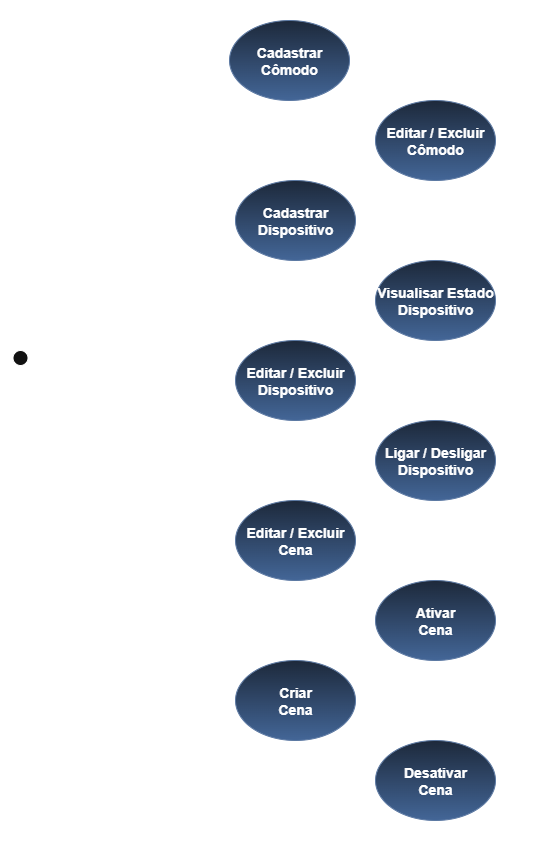
Above: imagens/diagrama_CasosDeUso.png in rafaelmartins-dev/IFPI-ProjetoDiagnostico_Domotica (draw.io), before the change. Source tidied: cells renumbered, new cells last; positions are measured from the earlier drawing's top-left corner, leaving out a move shared by most shapes. The source it was exported from:
```xml
<mxGraphModel>
  <root>
    <mxCell id="0" />
    <mxCell id="1" parent="0" />
    <mxCell id="2" style="rounded=1;whiteSpace=wrap;html=1;fillColor=none;" parent="1" vertex="1">
      <mxGeometry x="80" width="470" height="860" as="geometry" />
    </mxCell>
    <mxCell id="3" style="edgeStyle=orthogonalEdgeStyle;rounded=0;jettySize=auto;html=1;entryX=0;entryY=0.5;entryDx=0;entryDy=0;endArrow=none;endFill=0;" parent="1" edge="1" source="13" target="14">
      <mxGeometry relative="1" as="geometry">
        <Array as="points">
          <mxPoint x="130" y="380" />
          <mxPoint x="130" y="60" />
        </Array>
      </mxGeometry>
    </mxCell>
    <mxCell id="4" style="edgeStyle=orthogonalEdgeStyle;rounded=0;jettySize=auto;html=1;entryX=0;entryY=0.5;entryDx=0;entryDy=0;endArrow=none;endFill=0;" parent="1" edge="1" source="13" target="16">
      <mxGeometry relative="1" as="geometry" />
    </mxCell>
    <mxCell id="5" style="edgeStyle=orthogonalEdgeStyle;rounded=0;jettySize=auto;html=1;entryX=0;entryY=0.5;entryDx=0;entryDy=0;endArrow=none;endFill=0;" parent="1" edge="1" source="13" target="17">
      <mxGeometry relative="1" as="geometry" />
    </mxCell>
    <mxCell id="6" style="edgeStyle=orthogonalEdgeStyle;rounded=0;jettySize=auto;html=1;entryX=0;entryY=0.5;entryDx=0;entryDy=0;endArrow=none;endFill=0;" parent="1" edge="1" source="13" target="19">
      <mxGeometry relative="1" as="geometry" />
    </mxCell>
    <mxCell id="7" style="edgeStyle=orthogonalEdgeStyle;rounded=0;jettySize=auto;html=1;entryX=0;entryY=0.5;entryDx=0;entryDy=0;endArrow=none;endFill=0;" parent="1" edge="1" source="13" target="22">
      <mxGeometry relative="1" as="geometry">
        <Array as="points">
          <mxPoint x="130" y="380" />
          <mxPoint x="130" y="780" />
        </Array>
      </mxGeometry>
    </mxCell>
    <mxCell id="8" style="edgeStyle=orthogonalEdgeStyle;rounded=0;jettySize=auto;html=1;entryX=0;entryY=0.5;entryDx=0;entryDy=0;endArrow=none;endFill=0;" parent="1" edge="1" source="13" target="15">
      <mxGeometry relative="1" as="geometry">
        <Array as="points">
          <mxPoint x="130" y="380" />
          <mxPoint x="130" y="140" />
        </Array>
      </mxGeometry>
    </mxCell>
    <mxCell id="9" style="edgeStyle=orthogonalEdgeStyle;rounded=0;jettySize=auto;html=1;entryX=0;entryY=0.5;entryDx=0;entryDy=0;endArrow=none;endFill=0;" parent="1" edge="1" source="13" target="18">
      <mxGeometry relative="1" as="geometry">
        <Array as="points">
          <mxPoint x="130" y="380" />
          <mxPoint x="130" y="300" />
        </Array>
      </mxGeometry>
    </mxCell>
    <mxCell id="10" style="edgeStyle=orthogonalEdgeStyle;rounded=0;jettySize=auto;html=1;entryX=0;entryY=0.5;entryDx=0;entryDy=0;endArrow=none;endFill=0;" parent="1" edge="1" source="13" target="21">
      <mxGeometry relative="1" as="geometry">
        <Array as="points">
          <mxPoint x="130" y="380" />
          <mxPoint x="130" y="540" />
        </Array>
      </mxGeometry>
    </mxCell>
    <mxCell id="11" style="edgeStyle=orthogonalEdgeStyle;rounded=0;jettySize=auto;html=1;entryX=0;entryY=0.5;entryDx=0;entryDy=0;endArrow=none;endFill=0;" parent="1" edge="1" source="13" target="20">
      <mxGeometry relative="1" as="geometry">
        <Array as="points">
          <mxPoint x="130" y="380" />
          <mxPoint x="130" y="620" />
        </Array>
      </mxGeometry>
    </mxCell>
    <mxCell id="12" style="edgeStyle=orthogonalEdgeStyle;rounded=0;jettySize=auto;html=1;entryX=0;entryY=0.5;entryDx=0;entryDy=0;endArrow=none;endFill=0;" parent="1" edge="1" source="13" target="23">
      <mxGeometry relative="1" as="geometry">
        <Array as="points">
          <mxPoint x="130" y="380" />
          <mxPoint x="130" y="460" />
        </Array>
      </mxGeometry>
    </mxCell>
    <mxCell id="13" value="Usuário" style="shape=umlActor;verticalLabelPosition=bottom;verticalAlign=top;html=1;outlineConnect=0;" parent="1" vertex="1">
      <mxGeometry y="350" width="30" height="60" as="geometry" />
    </mxCell>
    <mxCell id="14" value="&lt;b&gt;&lt;font style=&quot;font-size: 14px;&quot;&gt;Cadastrar&lt;/font&gt;&lt;/b&gt;&lt;div&gt;&lt;b&gt;&lt;font style=&quot;font-size: 14px;&quot;&gt;Cômodo&lt;/font&gt;&lt;/b&gt;&lt;/div&gt;" style="ellipse;whiteSpace=wrap;html=1;fillColor=#dae8fc;strokeColor=#6c8ebf;gradientColor=#7ea6e0;" parent="1" vertex="1">
      <mxGeometry x="224" y="20" width="120" height="80" as="geometry" />
    </mxCell>
    <mxCell id="15" value="&lt;b&gt;&lt;font style=&quot;font-size: 14px;&quot;&gt;Editar / Excluir&lt;/font&gt;&lt;/b&gt;&lt;div&gt;&lt;b&gt;&lt;font style=&quot;font-size: 14px;&quot;&gt;Cômodo&lt;/font&gt;&lt;/b&gt;&lt;/div&gt;" style="ellipse;whiteSpace=wrap;html=1;fillColor=#dae8fc;strokeColor=#6c8ebf;gradientColor=#7ea6e0;" parent="1" vertex="1">
      <mxGeometry x="370" y="100" width="120" height="80" as="geometry" />
    </mxCell>
    <mxCell id="16" value="&lt;b&gt;&lt;font style=&quot;font-size: 14px;&quot;&gt;Cadastrar&lt;/font&gt;&lt;/b&gt;&lt;div&gt;&lt;b&gt;&lt;font style=&quot;font-size: 14px;&quot;&gt;Dispositivo&lt;/font&gt;&lt;/b&gt;&lt;/div&gt;" style="ellipse;whiteSpace=wrap;html=1;fillColor=#dae8fc;strokeColor=#6c8ebf;gradientColor=#7ea6e0;" parent="1" vertex="1">
      <mxGeometry x="230" y="180" width="120" height="80" as="geometry" />
    </mxCell>
    <mxCell id="17" value="&lt;b&gt;&lt;font style=&quot;font-size: 14px;&quot;&gt;Editar / Excluir&lt;/font&gt;&lt;/b&gt;&lt;div&gt;&lt;b&gt;&lt;font style=&quot;font-size: 14px;&quot;&gt;Dispositivo&lt;/font&gt;&lt;/b&gt;&lt;/div&gt;" style="ellipse;whiteSpace=wrap;html=1;fillColor=#dae8fc;strokeColor=#6c8ebf;gradientColor=#7ea6e0;" parent="1" vertex="1">
      <mxGeometry x="230" y="340" width="120" height="80" as="geometry" />
    </mxCell>
    <mxCell id="18" value="&lt;div&gt;&lt;b&gt;&lt;font style=&quot;font-size: 14px;&quot;&gt;Visualisar Estado Dispositivo&lt;/font&gt;&lt;/b&gt;&lt;/div&gt;" style="ellipse;whiteSpace=wrap;html=1;fillColor=#dae8fc;strokeColor=#6c8ebf;gradientColor=#7ea6e0;" parent="1" vertex="1">
      <mxGeometry x="370" y="260" width="120" height="80" as="geometry" />
    </mxCell>
    <mxCell id="19" value="&lt;b&gt;&lt;font style=&quot;font-size: 14px;&quot;&gt;Criar&lt;/font&gt;&lt;/b&gt;&lt;div&gt;&lt;b&gt;&lt;font style=&quot;font-size: 14px;&quot;&gt;Cena&lt;/font&gt;&lt;/b&gt;&lt;/div&gt;" style="ellipse;whiteSpace=wrap;html=1;fillColor=#dae8fc;strokeColor=#6c8ebf;gradientColor=#7ea6e0;" parent="1" vertex="1">
      <mxGeometry x="230" y="660" width="120" height="80" as="geometry" />
    </mxCell>
    <mxCell id="20" value="&lt;b&gt;&lt;font style=&quot;font-size: 14px;&quot;&gt;Ativar&lt;/font&gt;&lt;/b&gt;&lt;div&gt;&lt;b&gt;&lt;font style=&quot;font-size: 14px;&quot;&gt;Cena&lt;/font&gt;&lt;/b&gt;&lt;/div&gt;" style="ellipse;whiteSpace=wrap;html=1;fillColor=#dae8fc;strokeColor=#6c8ebf;gradientColor=#7ea6e0;" parent="1" vertex="1">
      <mxGeometry x="370" y="580" width="120" height="80" as="geometry" />
    </mxCell>
    <mxCell id="21" value="&lt;b&gt;&lt;font style=&quot;font-size: 14px;&quot;&gt;Editar / Excluir&lt;/font&gt;&lt;/b&gt;&lt;div&gt;&lt;b&gt;&lt;font style=&quot;font-size: 14px;&quot;&gt;Cena&lt;/font&gt;&lt;/b&gt;&lt;/div&gt;" style="ellipse;whiteSpace=wrap;html=1;fillColor=#dae8fc;strokeColor=#6c8ebf;gradientColor=#7ea6e0;" parent="1" vertex="1">
      <mxGeometry x="230" y="500" width="120" height="80" as="geometry" />
    </mxCell>
    <mxCell id="22" value="&lt;b&gt;&lt;font style=&quot;font-size: 14px;&quot;&gt;Desativar&lt;/font&gt;&lt;/b&gt;&lt;div&gt;&lt;b&gt;&lt;font style=&quot;font-size: 14px;&quot;&gt;Cena&lt;/font&gt;&lt;/b&gt;&lt;/div&gt;" style="ellipse;whiteSpace=wrap;html=1;fillColor=#dae8fc;strokeColor=#6c8ebf;gradientColor=#7ea6e0;" parent="1" vertex="1">
      <mxGeometry x="370" y="740" width="120" height="80" as="geometry" />
    </mxCell>
    <mxCell id="23" value="&lt;b&gt;&lt;font style=&quot;font-size: 14px;&quot;&gt;Ligar / Desligar&lt;/font&gt;&lt;/b&gt;&lt;div&gt;&lt;b&gt;&lt;font style=&quot;font-size: 14px;&quot;&gt;Dispositivo&lt;/font&gt;&lt;/b&gt;&lt;/div&gt;" style="ellipse;whiteSpace=wrap;html=1;fillColor=#dae8fc;strokeColor=#6c8ebf;gradientColor=#7ea6e0;" parent="1" vertex="1">
      <mxGeometry x="370" y="420" width="120" height="80" as="geometry" />
    </mxCell>
  </root>
</mxGraphModel>
```
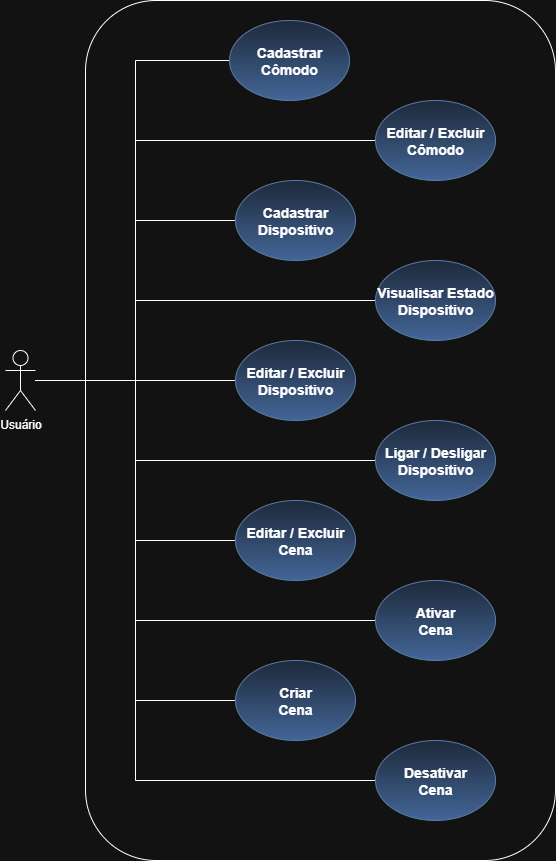
Above is the later version.

Commit message:
corrigida imagem

The edit, as a diff of the source:
```diff
@@ -2,7 +2,7 @@
   <root>
     <mxCell id="0" />
     <mxCell id="1" parent="0" />
-    <mxCell id="2" style="rounded=1;whiteSpace=wrap;html=1;fillColor=none;" parent="1" vertex="1">
+    <mxCell id="2" style="rounded=1;whiteSpace=wrap;html=1;fillColor=none;strokeColor=light-dark(#000000,#FFFFFF);" parent="1" vertex="1">
       <mxGeometry x="80" width="470" height="860" as="geometry" />
     </mxCell>
     <mxCell id="3" style="edgeStyle=orthogonalEdgeStyle;rounded=0;jettySize=auto;html=1;entryX=0;entryY=0.5;entryDx=0;entryDy=0;endArrow=none;endFill=0;" parent="1" edge="1" source="13" target="14">
```
